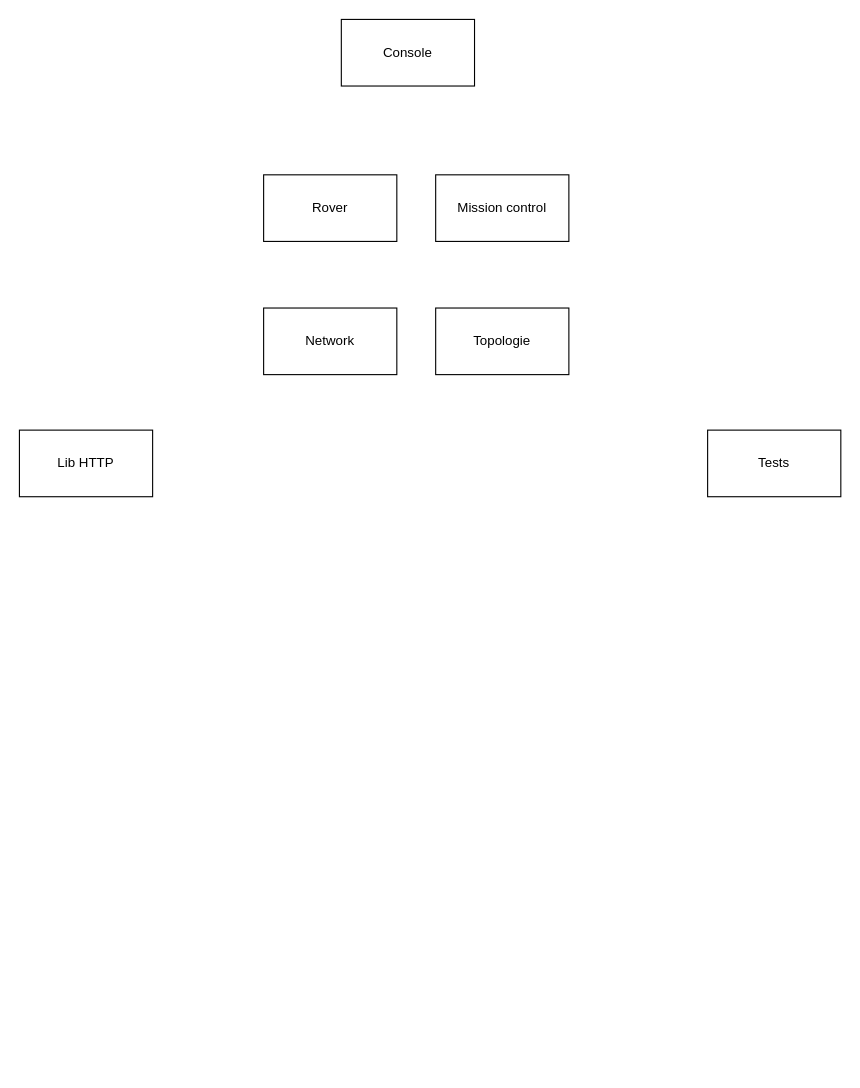
pvayssier/archi_logiciel keeps this draw.io diagram as page "Modules" (1 of 3) of schema.drawio. Above is the earlier version. Source tidied: cells renumbered, new cells numbered last; positions are measured from the earlier drawing's top-left corner, leaving out a move shared by most shapes. Both pictures are drawn from the tidied source at 111%, with x=0, y=0 at pixel (19, 19).
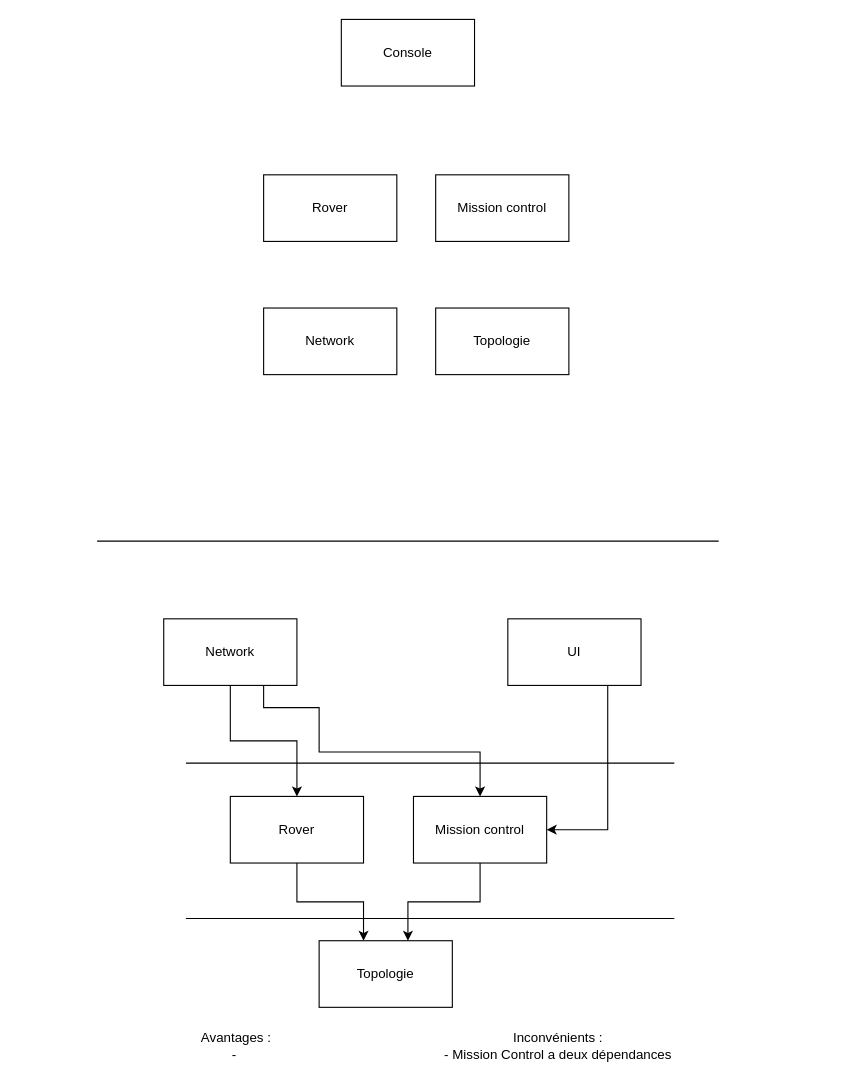
The same page after the edit.

Diff of the diagram source:
```diff
@@
     <mxCell id="5" value="Topologie" style="rounded=0;whiteSpace=wrap;html=1;" parent="1" vertex="1">
-      <mxGeometry x="375" y="260" width="120" height="60" as="geometry" />
+      <mxGeometry x="270" y="830" width="120" height="60" as="geometry" />
     </mxCell>
-    <mxCell id="6" value="Tests" style="rounded=0;whiteSpace=wrap;html=1;" parent="1" vertex="1">
-      <mxGeometry x="620" y="370" width="120" height="60" as="geometry" />
-    </mxCell>
-    <mxCell id="7" value="Lib HTTP" style="rounded=0;whiteSpace=wrap;html=1;" parent="1" vertex="1">
-      <mxGeometry y="370" width="120" height="60" as="geometry" />
-    </mxCell>
@@
+    <mxCell id="9" style="endArrow=none;html=1;rounded=0;" parent="1" edge="1">
+      <mxGeometry relative="1" as="geometry">
+        <mxPoint x="150" y="670" as="sourcePoint" />
+        <mxPoint x="590" y="670" as="targetPoint" />
+      </mxGeometry>
+    </mxCell>
+    <mxCell id="10" style="edgeStyle=orthogonalEdgeStyle;rounded=0;jettySize=auto;html=1;exitX=0.5;exitY=1;exitDx=0;exitDy=0;" parent="1" edge="1" source="11" target="5">
+      <mxGeometry relative="1" as="geometry">
+        <Array as="points">
+          <mxPoint x="250" y="795" />
+          <mxPoint x="310" y="795" />
+        </Array>
+      </mxGeometry>
+    </mxCell>
+    <mxCell id="11" value="Rover" style="rounded=0;whiteSpace=wrap;html=1;" parent="1" vertex="1">
+      <mxGeometry x="190" y="700" width="120" height="60" as="geometry" />
+    </mxCell>
+    <mxCell id="12" style="edgeStyle=orthogonalEdgeStyle;rounded=0;jettySize=auto;html=1;exitX=0.5;exitY=1;exitDx=0;exitDy=0;" parent="1" edge="1" source="13" target="5">
+      <mxGeometry relative="1" as="geometry">
+        <Array as="points">
+          <mxPoint x="415" y="795" />
+          <mxPoint x="350" y="795" />
+        </Array>
+      </mxGeometry>
+    </mxCell>
+    <mxCell id="13" value="Mission control" style="rounded=0;whiteSpace=wrap;html=1;" parent="1" vertex="1">
+      <mxGeometry x="355" y="700" width="120" height="60" as="geometry" />
+    </mxCell>
+    <mxCell id="14" style="edgeStyle=orthogonalEdgeStyle;rounded=0;jettySize=auto;html=1;exitX=0.5;exitY=1;exitDx=0;exitDy=0;" parent="1" edge="1" source="16" target="11">
+      <mxGeometry relative="1" as="geometry" />
+    </mxCell>
+    <mxCell id="15" style="edgeStyle=orthogonalEdgeStyle;rounded=0;jettySize=auto;html=1;exitX=0.75;exitY=1;exitDx=0;exitDy=0;" parent="1" edge="1" source="16" target="13">
+      <mxGeometry relative="1" as="geometry">
+        <Array as="points">
+          <mxPoint x="270" y="620" />
+          <mxPoint x="270" y="660" />
+          <mxPoint x="415" y="660" />
+        </Array>
+      </mxGeometry>
+    </mxCell>
+    <mxCell id="16" value="Network" style="rounded=0;whiteSpace=wrap;html=1;" parent="1" vertex="1">
+      <mxGeometry x="130" y="540" width="120" height="60" as="geometry" />
+    </mxCell>
+    <mxCell id="17" style="edgeStyle=orthogonalEdgeStyle;rounded=0;jettySize=auto;html=1;exitX=0.75;exitY=1;exitDx=0;exitDy=0;entryX=1;entryY=0.5;entryDx=0;entryDy=0;" parent="1" edge="1" source="18" target="13">
+      <mxGeometry relative="1" as="geometry" />
+    </mxCell>
+    <mxCell id="18" value="UI" style="rounded=0;whiteSpace=wrap;html=1;" parent="1" vertex="1">
+      <mxGeometry x="440" y="540" width="120" height="60" as="geometry" />
+    </mxCell>
+    <mxCell id="19" value="Topologie" style="rounded=0;whiteSpace=wrap;html=1;" parent="1" vertex="1">
+      <mxGeometry x="375" y="260" width="120" height="60" as="geometry" />
+    </mxCell>
+    <mxCell id="20" style="endArrow=none;html=1;rounded=0;" parent="1" edge="1">
+      <mxGeometry relative="1" as="geometry">
+        <mxPoint x="150" y="810" as="sourcePoint" />
+        <mxPoint x="590" y="810" as="targetPoint" />
+      </mxGeometry>
+    </mxCell>
+    <mxCell id="21" style="endArrow=none;html=1;rounded=0;" parent="1" edge="1">
+      <mxGeometry relative="1" as="geometry">
+        <mxPoint x="70" y="470" as="sourcePoint" />
+        <mxPoint x="630" y="470" as="targetPoint" />
+      </mxGeometry>
+    </mxCell>
+    <mxCell id="22" value="Avantages :&lt;div&gt;-&amp;nbsp;&lt;/div&gt;" style="text;html=1;align=center;verticalAlign=middle;strokeColor=none;fillColor=none;" parent="1" vertex="1">
+      <mxGeometry x="150" y="905" width="90" height="40" as="geometry" />
+    </mxCell>
+    <mxCell id="23" value="Inconvénients :&lt;div&gt;- Mission Control a deux dépendances&lt;/div&gt;" style="text;html=1;align=center;verticalAlign=middle;strokeColor=none;fillColor=none;" parent="1" vertex="1">
+      <mxGeometry x="370" y="905" width="230" height="40" as="geometry" />
+    </mxCell>
```
